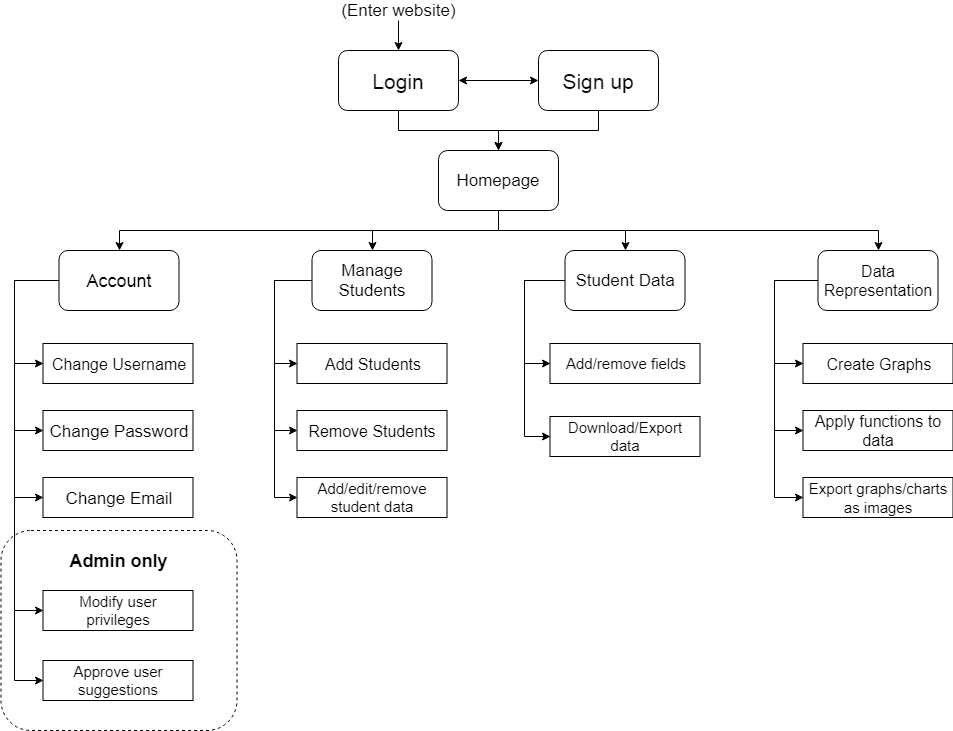
The draw.io diagram diagrams/images/Student Logger Site Plan.png in SheriffEllis/StudentLogger, before a commit. Source tidied: cells renumbered, new cells last; positions are measured from the earlier drawing's top-left corner, leaving out a move shared by most shapes.
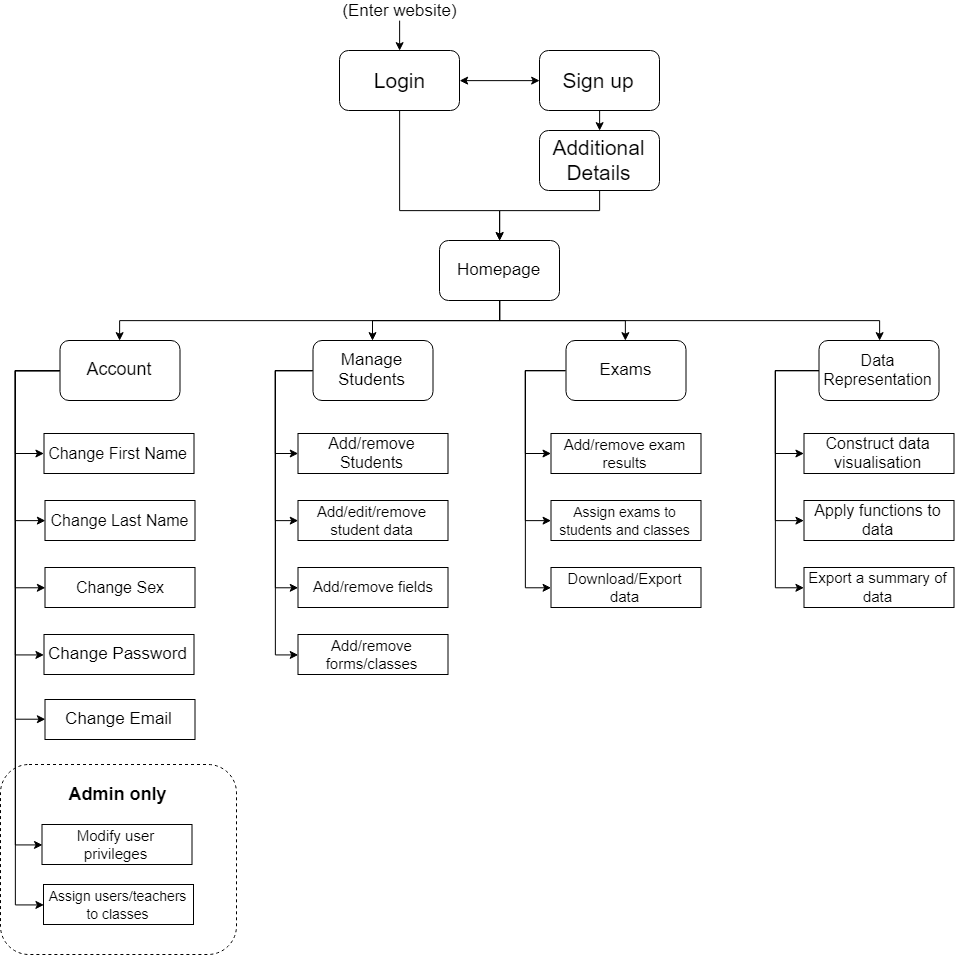
After the commit.

What changed in the source:
```diff
@@ -3,20 +3,25 @@
     <mxCell id="0" />
     <mxCell id="1" parent="0" />
     <mxCell id="2" style="rounded=1;whiteSpace=wrap;html=1;fontSize=15;dashed=1;fillColor=none;" parent="1" vertex="1">
-      <mxGeometry x="0.5" y="530" width="236" height="200" as="geometry" />
+      <mxGeometry x="-1" y="764" width="236" height="190" as="geometry" />
     </mxCell>
     <mxCell id="3" style="edgeStyle=orthogonalEdgeStyle;rounded=0;jettySize=auto;html=1;exitX=1;exitY=0.5;exitDx=0;exitDy=0;entryX=0;entryY=0.5;entryDx=0;entryDy=0;startArrow=classic;startFill=1;" parent="1" edge="1" source="5" target="7">
       <mxGeometry relative="1" as="geometry" />
     </mxCell>
     <mxCell id="4" style="edgeStyle=orthogonalEdgeStyle;rounded=0;jettySize=auto;html=1;exitX=0.5;exitY=1;exitDx=0;exitDy=0;entryX=0.5;entryY=0;entryDx=0;entryDy=0;startArrow=none;startFill=0;fontSize=21;" parent="1" edge="1" source="5" target="14">
-      <mxGeometry relative="1" as="geometry" />
+      <mxGeometry relative="1" as="geometry">
+        <Array as="points">
+          <mxPoint x="398" y="210" />
+          <mxPoint x="498" y="210" />
+        </Array>
+      </mxGeometry>
     </mxCell>
     <mxCell id="5" value="Login" style="rounded=1;whiteSpace=wrap;html=1;fontSize=21;" parent="1" vertex="1">
       <mxGeometry x="338" y="50" width="120" height="60" as="geometry" />
     </mxCell>
-    <mxCell id="6" style="edgeStyle=orthogonalEdgeStyle;rounded=0;jettySize=auto;html=1;exitX=0.5;exitY=1;exitDx=0;exitDy=0;entryX=0.5;entryY=0;entryDx=0;entryDy=0;startArrow=none;startFill=0;fontSize=21;" parent="1" edge="1" source="7" target="14">
-      <mxGeometry relative="1" as="geometry" />
-    </mxCell>
+    <mxCell id="46" style="edgeStyle=orthogonalEdgeStyle;rounded=0;jettySize=auto;html=1;exitX=0.5;exitY=1;exitDx=0;exitDy=0;entryX=0.5;entryY=0;entryDx=0;entryDy=0;" parent="1" edge="1" source="7" target="60">
+      <mxGeometry relative="1" as="geometry" />
+    </mxCell>
     <mxCell id="7" value="Sign up&lt;br style=&quot;font-size: 21px;&quot;&gt;" style="rounded=1;whiteSpace=wrap;html=1;fontSize=21;" parent="1" vertex="1">
       <mxGeometry x="538" y="50" width="120" height="60" as="geometry" />
     </mxCell>
@@ -39,165 +44,220 @@
       <mxGeometry relative="1" as="geometry" />
     </mxCell>
     <mxCell id="14" value="Homepage" style="rounded=1;whiteSpace=wrap;html=1;fontSize=17;" parent="1" vertex="1">
-      <mxGeometry x="438" y="150" width="120" height="60" as="geometry" />
+      <mxGeometry x="438" y="240" width="120" height="60" as="geometry" />
     </mxCell>
     <mxCell id="15" style="edgeStyle=orthogonalEdgeStyle;rounded=0;jettySize=auto;html=1;exitX=0;exitY=0.5;exitDx=0;exitDy=0;entryX=0;entryY=0.5;entryDx=0;entryDy=0;startArrow=none;startFill=0;fontSize=18;" parent="1" edge="1" source="20" target="32">
       <mxGeometry relative="1" as="geometry">
         <Array as="points">
-          <mxPoint x="14" y="280" />
-          <mxPoint x="14" y="363" />
+          <mxPoint x="14" y="370" />
+          <mxPoint x="14" y="453" />
         </Array>
       </mxGeometry>
     </mxCell>
     <mxCell id="16" style="edgeStyle=orthogonalEdgeStyle;rounded=0;jettySize=auto;html=1;exitX=0;exitY=0.5;exitDx=0;exitDy=0;entryX=0;entryY=0.5;entryDx=0;entryDy=0;startArrow=none;startFill=0;fontSize=18;" parent="1" edge="1" source="20" target="33">
       <mxGeometry relative="1" as="geometry">
         <Array as="points">
-          <mxPoint x="14" y="280" />
-          <mxPoint x="14" y="430" />
+          <mxPoint x="14" y="370" />
+          <mxPoint x="14" y="654" />
         </Array>
       </mxGeometry>
     </mxCell>
     <mxCell id="17" style="edgeStyle=orthogonalEdgeStyle;rounded=0;jettySize=auto;html=1;exitX=0;exitY=0.5;exitDx=0;exitDy=0;entryX=0;entryY=0.5;entryDx=0;entryDy=0;startArrow=none;startFill=0;fontSize=18;" parent="1" edge="1" source="20" target="34">
       <mxGeometry relative="1" as="geometry">
         <Array as="points">
-          <mxPoint x="14" y="280" />
-          <mxPoint x="14" y="497" />
+          <mxPoint x="14" y="370" />
+          <mxPoint x="14" y="719" />
         </Array>
       </mxGeometry>
     </mxCell>
     <mxCell id="18" style="edgeStyle=orthogonalEdgeStyle;rounded=0;jettySize=auto;html=1;exitX=0;exitY=0.5;exitDx=0;exitDy=0;entryX=0;entryY=0.5;entryDx=0;entryDy=0;startArrow=none;startFill=0;fontSize=18;" parent="1" edge="1" source="20" target="35">
       <mxGeometry relative="1" as="geometry">
         <Array as="points">
-          <mxPoint x="14" y="280" />
-          <mxPoint x="14" y="610" />
+          <mxPoint x="14" y="370" />
+          <mxPoint x="14" y="844" />
         </Array>
       </mxGeometry>
     </mxCell>
-    <mxCell id="19" style="edgeStyle=orthogonalEdgeStyle;rounded=0;jettySize=auto;html=1;exitX=0;exitY=0.5;exitDx=0;exitDy=0;entryX=0;entryY=0.5;entryDx=0;entryDy=0;startArrow=none;startFill=0;fontSize=15;" parent="1" edge="1" source="20" target="37">
-      <mxGeometry relative="1" as="geometry">
-        <Array as="points">
-          <mxPoint x="14" y="280" />
-          <mxPoint x="14" y="680" />
-        </Array>
-      </mxGeometry>
-    </mxCell>
+    <mxCell id="47" style="edgeStyle=orthogonalEdgeStyle;rounded=0;jettySize=auto;html=1;exitX=0;exitY=0.5;exitDx=0;exitDy=0;entryX=0;entryY=0.5;entryDx=0;entryDy=0;" parent="1" edge="1" source="20" target="56">
+      <mxGeometry relative="1" as="geometry">
+        <Array as="points">
+          <mxPoint x="14" y="370" />
+          <mxPoint x="14" y="904" />
+        </Array>
+      </mxGeometry>
+    </mxCell>
+    <mxCell id="48" style="edgeStyle=orthogonalEdgeStyle;rounded=0;jettySize=auto;html=1;exitX=0;exitY=0.5;exitDx=0;exitDy=0;entryX=0;entryY=0.5;entryDx=0;entryDy=0;" parent="1" edge="1" source="20" target="57">
+      <mxGeometry relative="1" as="geometry">
+        <Array as="points">
+          <mxPoint x="14" y="370" />
+          <mxPoint x="14" y="520" />
+        </Array>
+      </mxGeometry>
+    </mxCell>
+    <mxCell id="49" style="edgeStyle=orthogonalEdgeStyle;rounded=0;jettySize=auto;html=1;exitX=0;exitY=0.5;exitDx=0;exitDy=0;entryX=0;entryY=0.5;entryDx=0;entryDy=0;" parent="1" edge="1" source="20" target="58">
+      <mxGeometry relative="1" as="geometry">
+        <Array as="points">
+          <mxPoint x="14" y="370" />
+          <mxPoint x="14" y="587" />
+        </Array>
+      </mxGeometry>
+    </mxCell>
     <mxCell id="20" value="Account" style="rounded=1;whiteSpace=wrap;html=1;fontSize=18;" parent="1" vertex="1">
-      <mxGeometry x="58.5" y="250" width="120" height="60" as="geometry" />
+      <mxGeometry x="58.5" y="340" width="120" height="60" as="geometry" />
     </mxCell>
     <mxCell id="21" style="edgeStyle=orthogonalEdgeStyle;rounded=0;jettySize=auto;html=1;exitX=0;exitY=0.5;exitDx=0;exitDy=0;entryX=0;entryY=0.5;entryDx=0;entryDy=0;startArrow=none;startFill=0;fontSize=15;" parent="1" edge="1" source="24" target="38">
       <mxGeometry relative="1" as="geometry">
         <Array as="points">
-          <mxPoint x="274" y="280" />
-          <mxPoint x="274" y="363" />
+          <mxPoint x="274" y="370" />
+          <mxPoint x="274" y="453" />
         </Array>
       </mxGeometry>
     </mxCell>
-    <mxCell id="22" style="edgeStyle=orthogonalEdgeStyle;rounded=0;jettySize=auto;html=1;exitX=0;exitY=0.5;exitDx=0;exitDy=0;entryX=0;entryY=0.5;entryDx=0;entryDy=0;startArrow=none;startFill=0;fontSize=15;" parent="1" edge="1" source="24" target="39">
-      <mxGeometry relative="1" as="geometry">
-        <Array as="points">
-          <mxPoint x="274" y="280" />
-          <mxPoint x="274" y="430" />
-        </Array>
-      </mxGeometry>
-    </mxCell>
     <mxCell id="23" style="edgeStyle=orthogonalEdgeStyle;rounded=0;jettySize=auto;html=1;exitX=0;exitY=0.5;exitDx=0;exitDy=0;entryX=0;entryY=0.5;entryDx=0;entryDy=0;" parent="1" edge="1" source="24" target="45">
       <mxGeometry relative="1" as="geometry">
         <Array as="points">
-          <mxPoint x="274" y="280" />
-          <mxPoint x="274" y="497" />
+          <mxPoint x="274" y="370" />
+          <mxPoint x="274" y="520" />
         </Array>
       </mxGeometry>
     </mxCell>
+    <mxCell id="50" style="edgeStyle=orthogonalEdgeStyle;rounded=0;jettySize=auto;html=1;exitX=0;exitY=0.5;exitDx=0;exitDy=0;entryX=0;entryY=0.5;entryDx=0;entryDy=0;" parent="1" edge="1" source="24" target="40">
+      <mxGeometry relative="1" as="geometry">
+        <Array as="points">
+          <mxPoint x="274" y="370" />
+          <mxPoint x="274" y="587" />
+        </Array>
+      </mxGeometry>
+    </mxCell>
+    <mxCell id="51" style="edgeStyle=orthogonalEdgeStyle;rounded=0;jettySize=auto;html=1;exitX=0;exitY=0.5;exitDx=0;exitDy=0;entryX=0;entryY=0.5;entryDx=0;entryDy=0;" parent="1" edge="1" source="24" target="54">
+      <mxGeometry relative="1" as="geometry">
+        <Array as="points">
+          <mxPoint x="274" y="370" />
+          <mxPoint x="274" y="654" />
+        </Array>
+      </mxGeometry>
+    </mxCell>
     <mxCell id="24" value="&lt;font style=&quot;font-size: 17px;&quot;&gt;Manage Students&lt;/font&gt;" style="rounded=1;whiteSpace=wrap;html=1;fontSize=17;" parent="1" vertex="1">
-      <mxGeometry x="311.5" y="250" width="120" height="60" as="geometry" />
+      <mxGeometry x="311.5" y="340" width="120" height="60" as="geometry" />
     </mxCell>
-    <mxCell id="25" style="edgeStyle=orthogonalEdgeStyle;rounded=0;jettySize=auto;html=1;exitX=0;exitY=0.5;exitDx=0;exitDy=0;entryX=0;entryY=0.5;entryDx=0;entryDy=0;startArrow=none;startFill=0;fontSize=15;" parent="1" edge="1" source="27" target="40">
+    <mxCell id="25" style="edgeStyle=orthogonalEdgeStyle;rounded=0;jettySize=auto;html=1;exitX=0;exitY=0.5;exitDx=0;exitDy=0;startArrow=none;startFill=0;fontSize=15;" parent="1" edge="1" source="27" target="53">
       <mxGeometry relative="1" as="geometry">
         <Array as="points">
-          <mxPoint x="524" y="280" />
-          <mxPoint x="524" y="363" />
+          <mxPoint x="524" y="370" />
+          <mxPoint x="524" y="453" />
         </Array>
       </mxGeometry>
     </mxCell>
     <mxCell id="26" style="edgeStyle=orthogonalEdgeStyle;rounded=0;jettySize=auto;html=1;exitX=0;exitY=0.5;exitDx=0;exitDy=0;entryX=0;entryY=0.5;entryDx=0;entryDy=0;startArrow=none;startFill=0;fontSize=15;" parent="1" edge="1" source="27" target="41">
       <mxGeometry relative="1" as="geometry">
         <Array as="points">
-          <mxPoint x="524" y="280" />
-          <mxPoint x="524" y="436" />
+          <mxPoint x="524" y="370" />
+          <mxPoint x="524" y="587" />
         </Array>
       </mxGeometry>
     </mxCell>
+    <mxCell id="52" style="edgeStyle=orthogonalEdgeStyle;rounded=0;jettySize=auto;html=1;exitX=0;exitY=0.5;exitDx=0;exitDy=0;entryX=0;entryY=0.5;entryDx=0;entryDy=0;" parent="1" edge="1" source="27" target="55">
+      <mxGeometry relative="1" as="geometry">
+        <Array as="points">
+          <mxPoint x="524" y="370" />
+          <mxPoint x="524" y="520" />
+        </Array>
+      </mxGeometry>
+    </mxCell>
-    <mxCell id="27" value="&lt;font style=&quot;font-size: 17px;&quot;&gt;Student Data&lt;/font&gt;" style="rounded=1;whiteSpace=wrap;html=1;fontSize=17;" parent="1" vertex="1">
-      <mxGeometry x="564.5" y="250" width="120" height="60" as="geometry" />
+    <mxCell id="27" value="Exams" style="rounded=1;whiteSpace=wrap;html=1;fontSize=17;" parent="1" vertex="1">
+      <mxGeometry x="564.5" y="340" width="120" height="60" as="geometry" />
     </mxCell>
     <mxCell id="28" style="edgeStyle=orthogonalEdgeStyle;rounded=0;jettySize=auto;html=1;exitX=0;exitY=0.5;exitDx=0;exitDy=0;entryX=0;entryY=0.5;entryDx=0;entryDy=0;startArrow=none;startFill=0;fontSize=15;" parent="1" edge="1" source="31" target="42">
       <mxGeometry relative="1" as="geometry">
         <Array as="points">
-          <mxPoint x="774" y="280" />
-          <mxPoint x="774" y="363" />
+          <mxPoint x="774" y="370" />
+          <mxPoint x="774" y="453" />
         </Array>
       </mxGeometry>
     </mxCell>
     <mxCell id="29" style="edgeStyle=orthogonalEdgeStyle;rounded=0;jettySize=auto;html=1;exitX=0;exitY=0.5;exitDx=0;exitDy=0;entryX=0;entryY=0.5;entryDx=0;entryDy=0;startArrow=none;startFill=0;fontSize=15;" parent="1" edge="1" source="31" target="43">
       <mxGeometry relative="1" as="geometry">
         <Array as="points">
-          <mxPoint x="774" y="280" />
-          <mxPoint x="774" y="430" />
+          <mxPoint x="774" y="370" />
+          <mxPoint x="774" y="520" />
         </Array>
       </mxGeometry>
     </mxCell>
     <mxCell id="30" style="edgeStyle=orthogonalEdgeStyle;rounded=0;jettySize=auto;html=1;exitX=0;exitY=0.5;exitDx=0;exitDy=0;entryX=0;entryY=0.5;entryDx=0;entryDy=0;startArrow=none;startFill=0;fontSize=15;" parent="1" edge="1" source="31" target="44">
       <mxGeometry relative="1" as="geometry">
         <Array as="points">
-          <mxPoint x="774" y="280" />
-          <mxPoint x="774" y="497" />
+          <mxPoint x="774" y="370" />
+          <mxPoint x="774" y="587" />
         </Array>
       </mxGeometry>
     </mxCell>
     <mxCell id="31" value="&lt;font style=&quot;font-size: 16px;&quot;&gt;Data Representation&lt;/font&gt;" style="rounded=1;whiteSpace=wrap;html=1;fontSize=16;" parent="1" vertex="1">
-      <mxGeometry x="817.5" y="250" width="120" height="60" as="geometry" />
+      <mxGeometry x="817.5" y="340" width="120" height="60" as="geometry" />
     </mxCell>
-    <mxCell id="32" value="&lt;font style=&quot;font-size: 16px;&quot;&gt;Change Username&lt;/font&gt;" style="rounded=0;whiteSpace=wrap;html=1;fontSize=16;spacingLeft=3;spacingRight=3;" parent="1" vertex="1">
-      <mxGeometry x="42.5" y="343" width="150" height="40" as="geometry" />
+    <mxCell id="32" value="&lt;font style=&quot;font-size: 16px&quot;&gt;Change First Name&lt;/font&gt;" style="rounded=0;whiteSpace=wrap;html=1;fontSize=16;spacingLeft=3;spacingRight=3;" parent="1" vertex="1">
+      <mxGeometry x="42.5" y="433" width="150" height="40" as="geometry" />
     </mxCell>
     <mxCell id="33" value="&lt;font style=&quot;font-size: 17px&quot;&gt;Change Password&lt;/font&gt;" style="rounded=0;whiteSpace=wrap;html=1;fontSize=18;spacingLeft=3;spacingRight=3;" parent="1" vertex="1">
-      <mxGeometry x="42.5" y="410" width="150" height="40" as="geometry" />
+      <mxGeometry x="42.5" y="634" width="150" height="40" as="geometry" />
     </mxCell>
     <mxCell id="34" value="&lt;font style=&quot;font-size: 17px&quot;&gt;Change Email&lt;/font&gt;" style="rounded=0;whiteSpace=wrap;html=1;fontSize=18;spacingLeft=3;spacingRight=3;" parent="1" vertex="1">
-      <mxGeometry x="42.5" y="477" width="150" height="40" as="geometry" />
+      <mxGeometry x="43.5" y="699" width="150" height="40" as="geometry" />
     </mxCell>
     <mxCell id="35" value="&lt;font style=&quot;font-size: 15px;&quot;&gt;Modify user privileges&lt;/font&gt;" style="rounded=0;whiteSpace=wrap;html=1;fontSize=15;spacingLeft=3;spacingRight=3;" parent="1" vertex="1">
-      <mxGeometry x="42.5" y="590" width="150" height="40" as="geometry" />
+      <mxGeometry x="40.5" y="824" width="150" height="40" as="geometry" />
     </mxCell>
     <mxCell id="36" value="&lt;b&gt;Admin only&lt;/b&gt;" style="text;html=1;strokeColor=none;fillColor=none;align=center;verticalAlign=middle;whiteSpace=wrap;rounded=0;fontSize=18;" parent="1" vertex="1">
-      <mxGeometry x="57.5" y="550" width="121" height="20" as="geometry" />
+      <mxGeometry x="55.5" y="784" width="121" height="20" as="geometry" />
     </mxCell>
-    <mxCell id="37" value="Approve user suggestions" style="rounded=0;whiteSpace=wrap;html=1;fontSize=15;spacingLeft=3;spacingRight=3;" parent="1" vertex="1">
-      <mxGeometry x="42.5" y="660" width="150" height="40" as="geometry" />
-    </mxCell>
-    <mxCell id="38" value="Add Students" style="rounded=0;whiteSpace=wrap;html=1;fontSize=16;spacingLeft=3;spacingRight=3;" parent="1" vertex="1">
-      <mxGeometry x="296.5" y="343" width="150" height="40" as="geometry" />
+    <mxCell id="38" value="Add/remove Students" style="rounded=0;whiteSpace=wrap;html=1;fontSize=16;spacingLeft=3;spacingRight=3;" parent="1" vertex="1">
+      <mxGeometry x="296.5" y="433" width="150" height="40" as="geometry" />
     </mxCell>
-    <mxCell id="39" value="Remove Students" style="rounded=0;whiteSpace=wrap;html=1;fontSize=16;spacingLeft=3;spacingRight=3;" parent="1" vertex="1">
-      <mxGeometry x="296.5" y="410" width="150" height="40" as="geometry" />
-    </mxCell>
     <mxCell id="40" value="Add/remove fields" style="rounded=0;whiteSpace=wrap;html=1;fontSize=15;spacingLeft=3;spacingRight=3;" parent="1" vertex="1">
-      <mxGeometry x="549.5" y="343" width="150" height="40" as="geometry" />
+      <mxGeometry x="296.5" y="567" width="150" height="40" as="geometry" />
     </mxCell>
     <mxCell id="41" value="Download/Export data" style="rounded=0;whiteSpace=wrap;html=1;fontSize=15;spacingLeft=3;spacingRight=3;" parent="1" vertex="1">
-      <mxGeometry x="549.5" y="416" width="150" height="40" as="geometry" />
+      <mxGeometry x="549.5" y="567" width="150" height="40" as="geometry" />
     </mxCell>
-    <mxCell id="42" value="Create Graphs" style="rounded=0;whiteSpace=wrap;html=1;fontSize=16;spacingLeft=3;spacingRight=3;" parent="1" vertex="1">
-      <mxGeometry x="802.5" y="343" width="150" height="40" as="geometry" />
+    <mxCell id="42" value="Construct data visualisation" style="rounded=0;whiteSpace=wrap;html=1;fontSize=16;spacingLeft=3;spacingRight=3;" parent="1" vertex="1">
+      <mxGeometry x="802.5" y="433" width="150" height="40" as="geometry" />
     </mxCell>
     <mxCell id="43" value="Apply functions to data" style="rounded=0;whiteSpace=wrap;html=1;fontSize=16;spacingLeft=3;spacingRight=3;" parent="1" vertex="1">
-      <mxGeometry x="802.5" y="410" width="150" height="40" as="geometry" />
+      <mxGeometry x="802.5" y="500" width="150" height="40" as="geometry" />
     </mxCell>
-    <mxCell id="44" value="&lt;font style=&quot;font-size: 15px&quot;&gt;Export graphs/charts as images&lt;/font&gt;" style="rounded=0;whiteSpace=wrap;html=1;fontSize=16;spacingLeft=3;spacingRight=3;" parent="1" vertex="1">
-      <mxGeometry x="802.5" y="477" width="150" height="40" as="geometry" />
+    <mxCell id="44" value="&lt;span style=&quot;font-size: 15px&quot;&gt;Export a summary of data&lt;/span&gt;" style="rounded=0;whiteSpace=wrap;html=1;fontSize=16;spacingLeft=3;spacingRight=3;" parent="1" vertex="1">
+      <mxGeometry x="802.5" y="567" width="150" height="40" as="geometry" />
     </mxCell>
     <mxCell id="45" value="Add/edit/remove student data" style="rounded=0;whiteSpace=wrap;html=1;fontSize=15;spacingLeft=3;spacingRight=3;" parent="1" vertex="1">
-      <mxGeometry x="296.5" y="477" width="150" height="40" as="geometry" />
+      <mxGeometry x="296.5" y="500" width="150" height="40" as="geometry" />
     </mxCell>
+    <mxCell id="53" value="Add/remove exam results" style="rounded=0;whiteSpace=wrap;html=1;fontSize=15;spacingLeft=3;spacingRight=3;" parent="1" vertex="1">
+      <mxGeometry x="549.5" y="433" width="150" height="40" as="geometry" />
+    </mxCell>
+    <mxCell id="54" value="Add/remove forms/classes" style="rounded=0;whiteSpace=wrap;html=1;fontSize=15;spacingLeft=3;spacingRight=3;" parent="1" vertex="1">
+      <mxGeometry x="296.5" y="634" width="150" height="40" as="geometry" />
+    </mxCell>
+    <mxCell id="55" value="&lt;font style=&quot;font-size: 14px&quot;&gt;Assign exams to students and classes&lt;/font&gt;" style="rounded=0;whiteSpace=wrap;html=1;fontSize=15;spacingLeft=3;spacingRight=3;" parent="1" vertex="1">
+      <mxGeometry x="549.5" y="500" width="150" height="40" as="geometry" />
+    </mxCell>
+    <mxCell id="56" value="&lt;font style=&quot;font-size: 14px&quot;&gt;Assign users/teachers to classes&lt;/font&gt;" style="rounded=0;whiteSpace=wrap;html=1;fontSize=15;spacingLeft=3;spacingRight=3;" parent="1" vertex="1">
+      <mxGeometry x="42" y="884" width="150" height="40" as="geometry" />
+    </mxCell>
+    <mxCell id="57" value="&lt;font style=&quot;font-size: 16px&quot;&gt;Change Last Name&lt;/font&gt;" style="rounded=0;whiteSpace=wrap;html=1;fontSize=16;spacingLeft=3;spacingRight=3;" parent="1" vertex="1">
+      <mxGeometry x="43.5" y="500" width="150" height="40" as="geometry" />
+    </mxCell>
+    <mxCell id="58" value="&lt;font style=&quot;font-size: 16px&quot;&gt;Change Sex&lt;/font&gt;" style="rounded=0;whiteSpace=wrap;html=1;fontSize=16;spacingLeft=3;spacingRight=3;" parent="1" vertex="1">
+      <mxGeometry x="43.5" y="567" width="150" height="40" as="geometry" />
+    </mxCell>
+    <mxCell id="59" style="edgeStyle=orthogonalEdgeStyle;rounded=0;jettySize=auto;html=1;exitX=0.5;exitY=1;exitDx=0;exitDy=0;entryX=0.5;entryY=0;entryDx=0;entryDy=0;" parent="1" edge="1" source="60" target="14">
+      <mxGeometry relative="1" as="geometry">
+        <Array as="points">
+          <mxPoint x="598" y="210" />
+          <mxPoint x="498" y="210" />
+        </Array>
+      </mxGeometry>
+    </mxCell>
+    <mxCell id="60" value="Additional Details" style="rounded=1;whiteSpace=wrap;html=1;fontSize=21;" parent="1" vertex="1">
+      <mxGeometry x="538" y="130" width="120" height="60" as="geometry" />
+    </mxCell>
   </root>
 </mxGraphModel>
```
